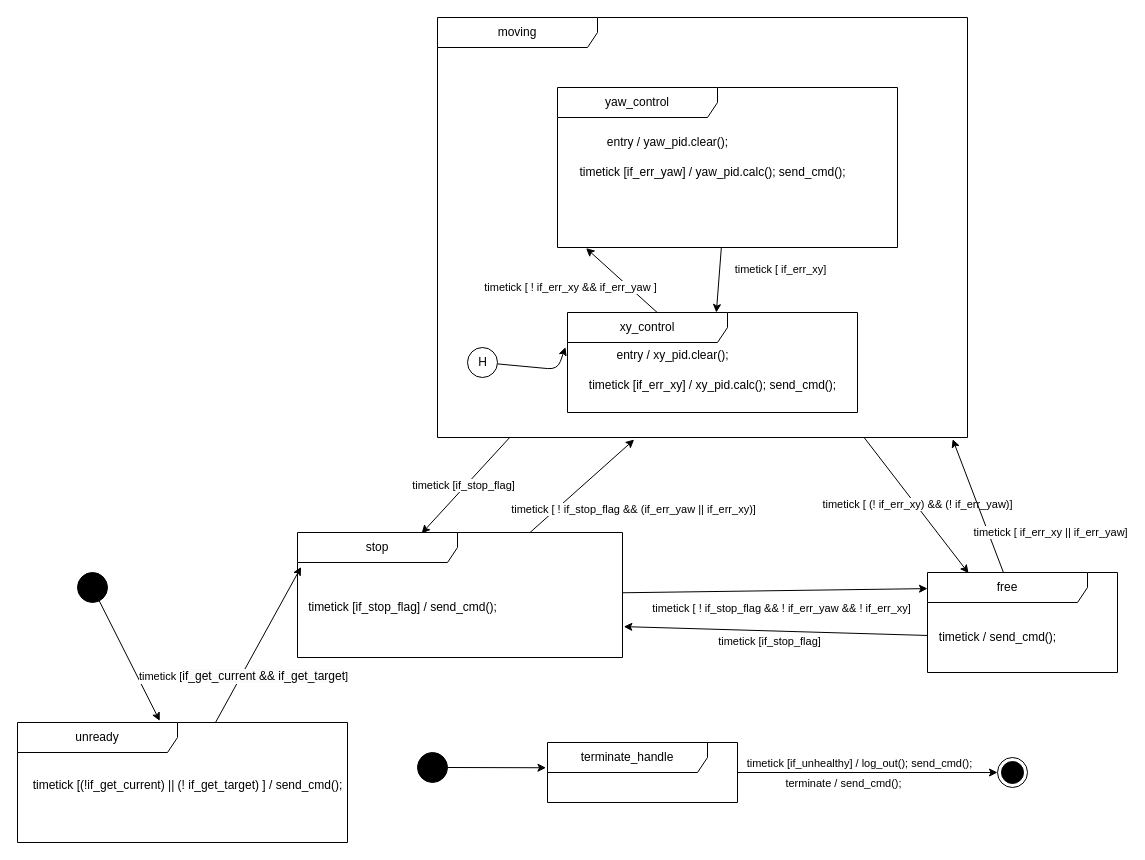
The draw.io diagram include/car_control/simpleCtrl.drawio in Ran13245/robot, before the edit. Source tidied: cells renumbered, new cells numbered last; positions are measured from the earlier drawing's top-left corner, leaving out a move shared by most shapes. Both pictures are drawn from the tidied source at 100%, with x=0, y=0 at pixel (17, 17).
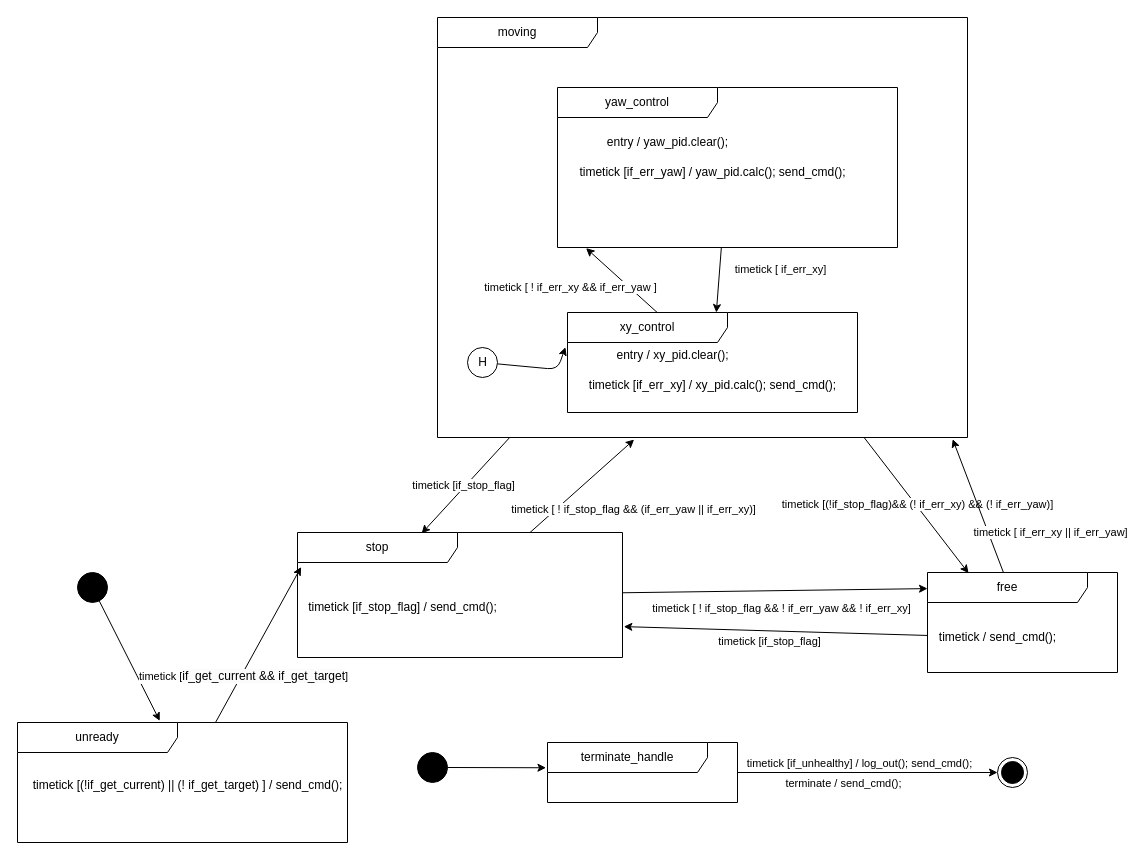
The same diagram, later.

The change refers to these unchanged cells:
```xml
<mxCell id="21" style="edgeStyle=none;html=1;entryX=0.216;entryY=0.007;entryDx=0;entryDy=0;entryPerimeter=0;" parent="1" edge="1" source="2" target="17">
  <mxGeometry relative="1" as="geometry" />
</mxCell>
```

Change to the diagram source:
```diff
@@
-    <mxCell id="22" value="timetick [ (! if_err_xy) &amp;amp;&amp;amp; (! if_err_yaw)]" style="edgeLabel;html=1;align=center;verticalAlign=middle;" parent="21" vertex="1">
+    <mxCell id="22" value="timetick [(!if_stop_flag)&amp;amp;&amp;amp; (! if_err_xy) &amp;amp;&amp;amp; (! if_err_yaw)]" style="edgeLabel;html=1;align=center;verticalAlign=middle;" parent="21" vertex="1">
       <mxGeometry x="-0.01" y="1" relative="1" as="geometry" />
     </mxCell>
```
